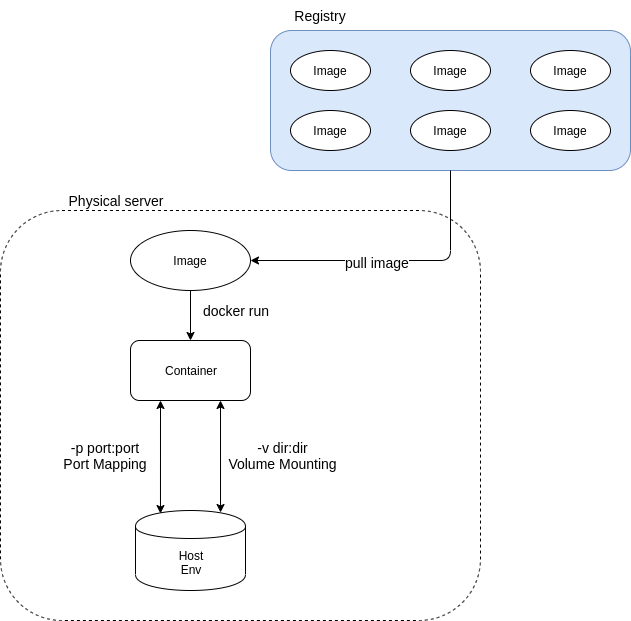
This is resources/summary.png from vanhtuan0409/docker-tutorial, a draw.io export, as it was before one commit. Source tidied: cells renumbered, new cells last; positions are measured from the earlier drawing's top-left corner, leaving out a move shared by most shapes. Source of this version:
```xml
<mxGraphModel>
  <root>
    <mxCell id="0" />
    <mxCell id="1" parent="0" />
    <mxCell id="2" style="rounded=1;whiteSpace=wrap;html=1;dashed=1;" parent="1" vertex="1">
      <mxGeometry y="210" width="480" height="410" as="geometry" />
    </mxCell>
    <mxCell id="3" style="rounded=1;whiteSpace=wrap;html=1;fillColor=#dae8fc;strokeColor=#6c8ebf;" parent="1" vertex="1">
      <mxGeometry x="270" y="30" width="360" height="140" as="geometry" />
    </mxCell>
    <mxCell id="4" value="Image" style="ellipse;whiteSpace=wrap;html=1;" parent="1" vertex="1">
      <mxGeometry x="290" y="50" width="80" height="40" as="geometry" />
    </mxCell>
    <mxCell id="5" value="Image" style="ellipse;whiteSpace=wrap;html=1;" parent="1" vertex="1">
      <mxGeometry x="410" y="50" width="80" height="40" as="geometry" />
    </mxCell>
    <mxCell id="6" value="Image" style="ellipse;whiteSpace=wrap;html=1;" parent="1" vertex="1">
      <mxGeometry x="530" y="50" width="80" height="40" as="geometry" />
    </mxCell>
    <mxCell id="7" value="Image" style="ellipse;whiteSpace=wrap;html=1;" parent="1" vertex="1">
      <mxGeometry x="290" y="110" width="80" height="40" as="geometry" />
    </mxCell>
    <mxCell id="8" value="Image" style="ellipse;whiteSpace=wrap;html=1;" parent="1" vertex="1">
      <mxGeometry x="410" y="110" width="80" height="40" as="geometry" />
    </mxCell>
    <mxCell id="9" value="Image" style="ellipse;whiteSpace=wrap;html=1;" parent="1" vertex="1">
      <mxGeometry x="530" y="110" width="80" height="40" as="geometry" />
    </mxCell>
    <mxCell id="10" value="&lt;font style=&quot;font-size: 14px&quot;&gt;Registry&lt;/font&gt;" style="text;html=1;strokeColor=none;fillColor=none;align=center;verticalAlign=middle;whiteSpace=wrap;rounded=0;" parent="1" vertex="1">
      <mxGeometry x="290" width="60" height="30" as="geometry" />
    </mxCell>
    <mxCell id="11" value="Image" style="ellipse;whiteSpace=wrap;html=1;" parent="1" vertex="1">
      <mxGeometry x="130" y="230" width="120" height="60" as="geometry" />
    </mxCell>
    <mxCell id="12" value="Container" style="rounded=1;whiteSpace=wrap;html=1;" parent="1" vertex="1">
      <mxGeometry x="130" y="340" width="120" height="60" as="geometry" />
    </mxCell>
    <mxCell id="13" value="Host&lt;br&gt;Env" style="shape=cylinder;whiteSpace=wrap;html=1;boundedLbl=1;backgroundOutline=1;" parent="1" vertex="1">
      <mxGeometry x="135" y="510" width="110" height="80" as="geometry" />
    </mxCell>
    <mxCell id="14" style="endArrow=classic;html=1;exitX=0.5;exitY=1;exitDx=0;exitDy=0;entryX=1;entryY=0.5;entryDx=0;entryDy=0;" parent="1" edge="1" source="3" target="11">
      <mxGeometry relative="1" as="geometry">
        <Array as="points">
          <mxPoint x="450" y="260" />
        </Array>
      </mxGeometry>
    </mxCell>
    <mxCell id="15" value="&lt;font style=&quot;font-size: 14px&quot;&gt;pull image&lt;/font&gt;" style="text;html=1;align=center;verticalAlign=middle;labelBackgroundColor=#ffffff;" parent="14" vertex="1">
      <mxGeometry x="0.13" y="1" relative="1" as="geometry" />
    </mxCell>
    <mxCell id="16" style="endArrow=classic;html=1;exitX=0.5;exitY=1;exitDx=0;exitDy=0;" parent="1" edge="1" source="11" target="12">
      <mxGeometry relative="1" as="geometry" />
    </mxCell>
    <mxCell id="17" value="&lt;font style=&quot;font-size: 14px&quot;&gt;docker run&lt;/font&gt;" style="text;html=1;strokeColor=none;fillColor=none;align=center;verticalAlign=middle;whiteSpace=wrap;rounded=0;" parent="1" vertex="1">
      <mxGeometry x="200" y="300" width="70" height="20" as="geometry" />
    </mxCell>
    <mxCell id="18" style="endArrow=classic;startArrow=classic;html=1;entryX=0.25;entryY=1;entryDx=0;entryDy=0;exitX=0.227;exitY=0.038;exitDx=0;exitDy=0;exitPerimeter=0;" parent="1" edge="1" source="13" target="12">
      <mxGeometry relative="1" as="geometry" />
    </mxCell>
    <mxCell id="19" style="endArrow=classic;startArrow=classic;html=1;entryX=0.75;entryY=1;entryDx=0;entryDy=0;exitX=0.773;exitY=0.025;exitDx=0;exitDy=0;exitPerimeter=0;" parent="1" edge="1" source="13" target="12">
      <mxGeometry relative="1" as="geometry" />
    </mxCell>
    <mxCell id="20" value="&lt;font style=&quot;font-size: 14px&quot;&gt;-p port:port&lt;br&gt;Port Mapping&lt;/font&gt;" style="text;html=1;strokeColor=none;fillColor=none;align=center;verticalAlign=middle;whiteSpace=wrap;rounded=0;" parent="1" vertex="1">
      <mxGeometry x="60" y="440" width="90" height="30" as="geometry" />
    </mxCell>
    <mxCell id="21" value="&lt;font style=&quot;font-size: 14px&quot;&gt;-v dir:dir&lt;br&gt;Volume Mounting&lt;/font&gt;" style="text;html=1;strokeColor=none;fillColor=none;align=center;verticalAlign=middle;whiteSpace=wrap;rounded=0;" parent="1" vertex="1">
      <mxGeometry x="225" y="440" width="115" height="30" as="geometry" />
    </mxCell>
    <mxCell id="22" value="&lt;font style=&quot;font-size: 14px&quot;&gt;Physical server&lt;/font&gt;" style="text;html=1;strokeColor=none;fillColor=none;align=center;verticalAlign=middle;whiteSpace=wrap;rounded=0;dashed=1;" parent="1" vertex="1">
      <mxGeometry x="60" y="190" width="110" height="20" as="geometry" />
    </mxCell>
  </root>
</mxGraphModel>
```
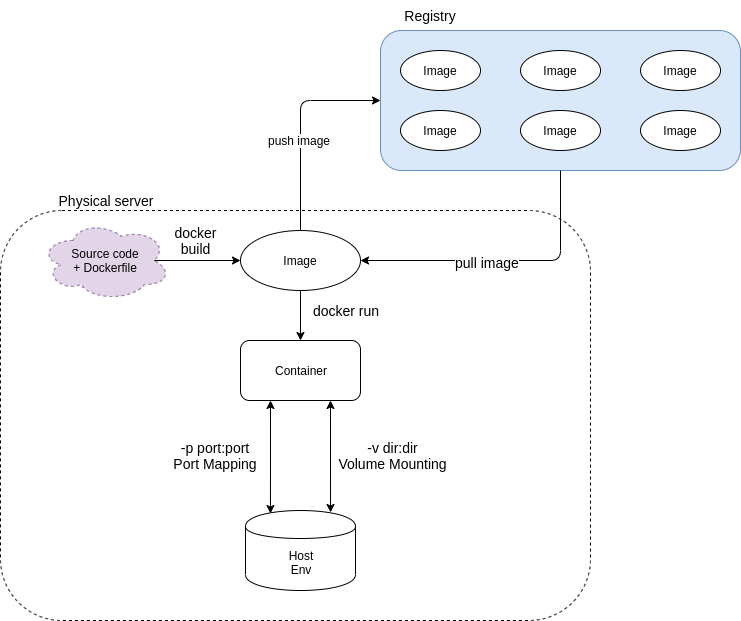
The same diagram one commit later.

Change to the diagram source:
```diff
@@ -3,7 +3,7 @@
     <mxCell id="0" />
     <mxCell id="1" parent="0" />
     <mxCell id="2" style="rounded=1;whiteSpace=wrap;html=1;dashed=1;" parent="1" vertex="1">
-      <mxGeometry y="210" width="480" height="410" as="geometry" />
+      <mxGeometry x="-110" y="210" width="590" height="410" as="geometry" />
     </mxCell>
     <mxCell id="3" style="rounded=1;whiteSpace=wrap;html=1;fillColor=#dae8fc;strokeColor=#6c8ebf;" parent="1" vertex="1">
       <mxGeometry x="270" y="30" width="360" height="140" as="geometry" />
@@ -67,7 +67,26 @@
       <mxGeometry x="225" y="440" width="115" height="30" as="geometry" />
     </mxCell>
     <mxCell id="22" value="&lt;font style=&quot;font-size: 14px&quot;&gt;Physical server&lt;/font&gt;" style="text;html=1;strokeColor=none;fillColor=none;align=center;verticalAlign=middle;whiteSpace=wrap;rounded=0;dashed=1;" parent="1" vertex="1">
-      <mxGeometry x="60" y="190" width="110" height="20" as="geometry" />
+      <mxGeometry x="-60" y="190" width="110" height="20" as="geometry" />
     </mxCell>
+    <mxCell id="23" value="Source code &lt;br&gt;+ Dockerfile" style="ellipse;shape=cloud;whiteSpace=wrap;html=1;dashed=1;fillColor=#e1d5e7;strokeColor=#9673a6;" parent="1" vertex="1">
+      <mxGeometry x="-70" y="220" width="130" height="80" as="geometry" />
+    </mxCell>
+    <mxCell id="24" style="endArrow=classic;html=1;entryX=0;entryY=0.5;entryDx=0;entryDy=0;exitX=0.875;exitY=0.5;exitDx=0;exitDy=0;exitPerimeter=0;" parent="1" edge="1" source="23" target="11">
+      <mxGeometry relative="1" as="geometry" />
+    </mxCell>
+    <mxCell id="25" value="&lt;font style=&quot;font-size: 14px&quot;&gt;docker build&lt;/font&gt;" style="text;html=1;strokeColor=none;fillColor=none;align=center;verticalAlign=middle;whiteSpace=wrap;rounded=0;dashed=1;" parent="1" vertex="1">
+      <mxGeometry x="65" y="230" width="40" height="20" as="geometry" />
+    </mxCell>
+    <mxCell id="26" style="endArrow=classic;html=1;exitX=0.5;exitY=0;exitDx=0;exitDy=0;entryX=0;entryY=0.5;entryDx=0;entryDy=0;" parent="1" edge="1" source="11" target="3">
+      <mxGeometry relative="1" as="geometry">
+        <Array as="points">
+          <mxPoint x="190" y="100" />
+        </Array>
+      </mxGeometry>
+    </mxCell>
+    <mxCell id="27" value="push image" style="text;html=1;align=center;verticalAlign=middle;labelBackgroundColor=#ffffff;" parent="26" vertex="1">
+      <mxGeometry x="-0.13" y="2" relative="1" as="geometry" />
+    </mxCell>
   </root>
 </mxGraphModel>
```
